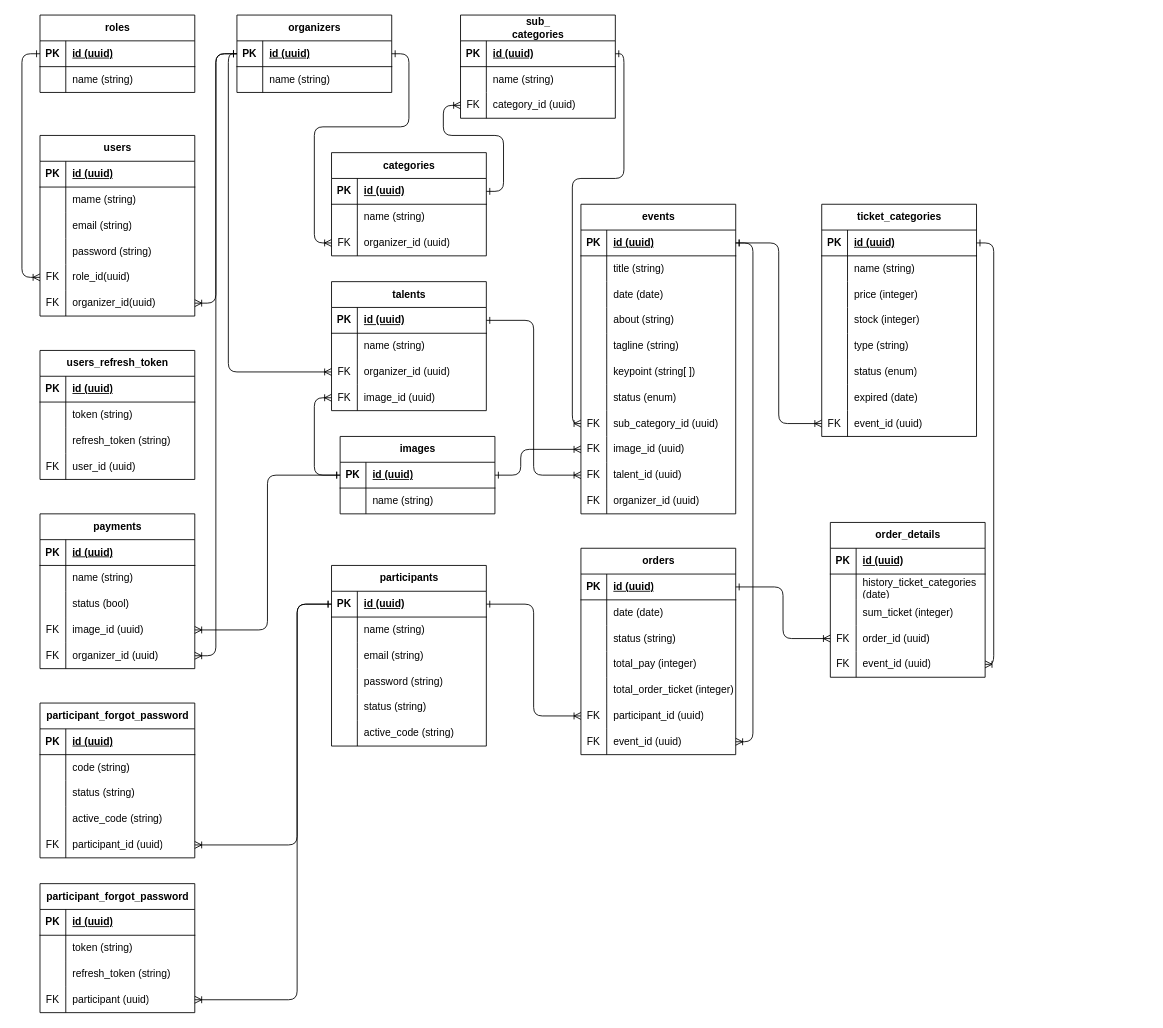
This is Semina.drawio from Putuagra/Semina, a draw.io file, before an edit. Source tidied: cells renumbered, new cells numbered last; positions are measured from the earlier drawing's top-left corner, leaving out a move shared by most shapes. Both pictures are drawn from the tidied source at 86%, with x=0, y=0 at pixel (22, 15).
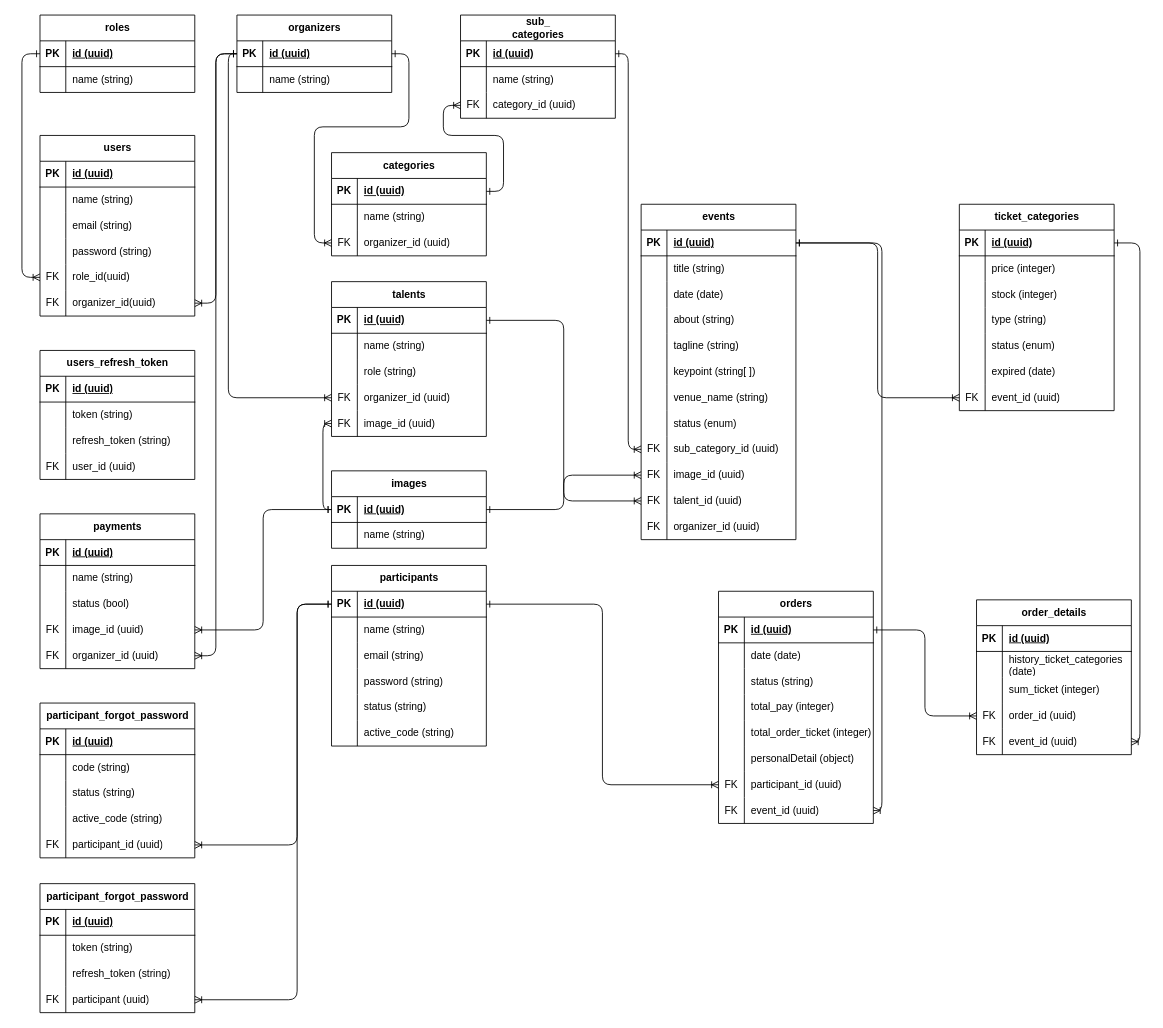
The same diagram, later.

Unchanged cells that the change refers to:
```xml
<mxCell id="13" style="shape=tableRow;horizontal=0;startSize=0;swimlaneHead=0;swimlaneBody=0;fillColor=none;top=0;left=0;right=0;bottom=0;" parent="9" vertex="1">
  <mxGeometry y="60" width="180" height="30" as="geometry" />
</mxCell>
<mxCell id="29" style="shape=tableRow;horizontal=0;startSize=0;swimlaneHead=0;swimlaneBody=0;fillColor=none;points=[[0,0.5],[1,0.5]];portConstraint=eastwest;top=0;left=0;right=0;bottom=1;" parent="28" vertex="1">
  <mxGeometry y="30" width="180" height="30" as="geometry" />
</mxCell>
<mxCell id="62" style="shape=tableRow;horizontal=0;startSize=0;swimlaneHead=0;swimlaneBody=0;fillColor=none;points=[[0,0.5],[1,0.5]];portConstraint=eastwest;top=0;left=0;right=0;bottom=1;" parent="61" vertex="1">
  <mxGeometry y="30" width="180" height="30" as="geometry" />
</mxCell>
<mxCell id="87" style="shape=tableRow;horizontal=0;startSize=0;swimlaneHead=0;swimlaneBody=0;fillColor=none;points=[[0,0.5],[1,0.5]];portConstraint=eastwest;top=0;left=0;right=0;bottom=1;" parent="86" vertex="1">
  <mxGeometry y="30" width="180" height="30" as="geometry" />
</mxCell>
<mxCell id="163" style="shape=tableRow;horizontal=0;startSize=0;swimlaneHead=0;swimlaneBody=0;fillColor=none;points=[[0,0.5],[1,0.5]];portConstraint=eastwest;top=0;left=0;right=0;bottom=1;" parent="162" vertex="1">
  <mxGeometry y="30" width="180" height="30" as="geometry" />
</mxCell>
```

Diff of the diagram source:
```diff
@@
-    <mxCell id="15" value="mame (string)" style="shape=partialRectangle;fillColor=none;top=0;left=0;bottom=0;right=0;align=left;spacingLeft=6;overflow=hidden;whiteSpace=wrap;html=1;" parent="13" vertex="1">
+    <mxCell id="15" value="name (string)" style="shape=partialRectangle;fillColor=none;top=0;left=0;bottom=0;right=0;align=left;spacingLeft=6;overflow=hidden;whiteSpace=wrap;html=1;" parent="13" vertex="1">
       <mxGeometry x="30" width="150" height="30" as="geometry" />
     </mxCell>
@@
     <mxCell id="72" value="talents" style="shape=table;startSize=30;childLayout=tableLayout;rowLines=0;fontStyle=1;align=center;html=1;" parent="1" vertex="1">
-      <mxGeometry x="360" y="310" width="180" height="150" as="geometry" />
+      <mxGeometry x="360" y="310" width="180" height="180" as="geometry" />
     </mxCell>
@@
+    <mxCell id="267" style="shape=tableRow;horizontal=0;startSize=0;swimlaneHead=0;swimlaneBody=0;fillColor=none;top=0;left=0;right=0;bottom=0;" parent="72" vertex="1">
+      <mxGeometry y="90" width="180" height="30" as="geometry" />
+    </mxCell>
+    <mxCell id="268" style="shape=partialRectangle;fillColor=none;top=0;left=0;bottom=0;right=0;overflow=hidden;whiteSpace=wrap;html=1;" parent="267" vertex="1">
+      <mxGeometry width="30" height="30" as="geometry" />
+    </mxCell>
+    <mxCell id="269" value="role (string)" style="shape=partialRectangle;fillColor=none;top=0;left=0;bottom=0;right=0;align=left;spacingLeft=6;overflow=hidden;whiteSpace=wrap;html=1;" parent="267" vertex="1">
+      <mxGeometry x="30" width="150" height="30" as="geometry" />
+    </mxCell>
     <mxCell id="79" style="shape=tableRow;horizontal=0;startSize=0;swimlaneHead=0;swimlaneBody=0;fillColor=none;points=[[0,0.5],[1,0.5]];portConstraint=eastwest;top=0;left=0;right=0;bottom=0;" parent="72" vertex="1">
-      <mxGeometry y="90" width="180" height="30" as="geometry" />
+      <mxGeometry y="120" width="180" height="30" as="geometry" />
     </mxCell>
@@
     <mxCell id="82" style="shape=tableRow;horizontal=0;startSize=0;swimlaneHead=0;swimlaneBody=0;fillColor=none;points=[[0,0.5],[1,0.5]];portConstraint=eastwest;top=0;left=0;right=0;bottom=0;" parent="72" vertex="1">
-      <mxGeometry y="120" width="180" height="30" as="geometry" />
+      <mxGeometry y="150" width="180" height="30" as="geometry" />
     </mxCell>
@@
     <mxCell id="85" style="fontSize=12;html=1;endArrow=ERoneToMany;rounded=1;exitX=0;exitY=0.5;exitDx=0;exitDy=0;entryX=0;entryY=0.5;entryDx=0;entryDy=0;startArrow=ERone;startFill=0;strokeColor=default;edgeStyle=orthogonalEdgeStyle;" parent="1" edge="1" source="29" target="79">
-      <mxGeometry relative="1" as="geometry">
-        <Array as="points">
-          <mxPoint x="240" y="45" />
-          <mxPoint x="240" y="415" />
-        </Array>
-      </mxGeometry>
+      <mxGeometry relative="1" as="geometry" />
     </mxCell>
     <mxCell id="86" value="images" style="shape=table;startSize=30;childLayout=tableLayout;rowLines=0;fontStyle=1;align=center;html=1;" parent="1" vertex="1">
-      <mxGeometry x="370" y="490" width="180" height="90" as="geometry" />
+      <mxGeometry x="360" y="530" width="180" height="90" as="geometry" />
     </mxCell>
@@
-    <mxCell id="93" style="edgeStyle=orthogonalEdgeStyle;fontSize=12;html=1;endArrow=ERoneToMany;rounded=1;exitX=0;exitY=0.5;exitDx=0;exitDy=0;entryX=0;entryY=0.5;entryDx=0;entryDy=0;startArrow=ERone;startFill=0;curved=0;" parent="1" edge="1" source="87" target="82">
-      <mxGeometry relative="1" as="geometry">
-        <Array as="points">
-          <mxPoint x="340" y="535" />
-          <mxPoint x="340" y="445" />
-        </Array>
-      </mxGeometry>
+    <mxCell id="93" style="edgeStyle=orthogonalEdgeStyle;fontSize=12;html=1;endArrow=ERoneToMany;rounded=1;exitX=0;exitY=0.5;exitDx=0;exitDy=0;entryX=0;entryY=0.5;entryDx=0;entryDy=0;startArrow=ERone;startFill=0;" parent="1" edge="1" source="87" target="82">
+      <mxGeometry relative="1" as="geometry" />
     </mxCell>
@@
     <mxCell id="162" value="&lt;div&gt;events&lt;/div&gt;" style="shape=table;startSize=30;childLayout=tableLayout;rowLines=0;fontStyle=1;align=center;html=1;" parent="1" vertex="1">
-      <mxGeometry x="650" y="220" width="180" height="360" as="geometry" />
+      <mxGeometry x="720" y="220" width="180" height="390" as="geometry" />
     </mxCell>
@@
+    <mxCell id="270" style="shape=tableRow;horizontal=0;startSize=0;swimlaneHead=0;swimlaneBody=0;fillColor=none;top=0;left=0;right=0;bottom=0;" parent="162" vertex="1">
+      <mxGeometry y="210" width="180" height="30" as="geometry" />
+    </mxCell>
+    <mxCell id="271" style="shape=partialRectangle;fillColor=none;top=0;left=0;bottom=0;right=0;overflow=hidden;whiteSpace=wrap;html=1;" parent="270" vertex="1">
+      <mxGeometry width="30" height="30" as="geometry" />
+    </mxCell>
+    <mxCell id="272" value="venue_name (string)" style="shape=partialRectangle;fillColor=none;top=0;left=0;bottom=0;right=0;align=left;spacingLeft=6;overflow=hidden;whiteSpace=wrap;html=1;" parent="270" vertex="1">
+      <mxGeometry x="30" width="150" height="30" as="geometry" />
+    </mxCell>
     <mxCell id="181" style="shape=tableRow;horizontal=0;startSize=0;swimlaneHead=0;swimlaneBody=0;fillColor=none;top=0;left=0;right=0;bottom=0;" parent="162" vertex="1">
-      <mxGeometry y="210" width="180" height="30" as="geometry" />
+      <mxGeometry y="240" width="180" height="30" as="geometry" />
     </mxCell>
@@
     <mxCell id="184" style="shape=tableRow;horizontal=0;startSize=0;swimlaneHead=0;swimlaneBody=0;fillColor=none;points=[[0,0.5],[1,0.5]];portConstraint=eastwest;top=0;left=0;right=0;bottom=0;" parent="162" vertex="1">
-      <mxGeometry y="240" width="180" height="30" as="geometry" />
+      <mxGeometry y="270" width="180" height="30" as="geometry" />
     </mxCell>
@@
     <mxCell id="187" style="shape=tableRow;horizontal=0;startSize=0;swimlaneHead=0;swimlaneBody=0;fillColor=none;points=[[0,0.5],[1,0.5]];portConstraint=eastwest;top=0;left=0;right=0;bottom=0;" parent="162" vertex="1">
-      <mxGeometry y="270" width="180" height="30" as="geometry" />
+      <mxGeometry y="300" width="180" height="30" as="geometry" />
     </mxCell>
@@
     <mxCell id="190" style="shape=tableRow;horizontal=0;startSize=0;swimlaneHead=0;swimlaneBody=0;fillColor=none;points=[[0,0.5],[1,0.5]];portConstraint=eastwest;top=0;left=0;right=0;bottom=0;" parent="162" vertex="1">
-      <mxGeometry y="300" width="180" height="30" as="geometry" />
+      <mxGeometry y="330" width="180" height="30" as="geometry" />
     </mxCell>
@@
     <mxCell id="193" style="shape=tableRow;horizontal=0;startSize=0;swimlaneHead=0;swimlaneBody=0;fillColor=none;top=0;left=0;right=0;bottom=0;" parent="162" vertex="1">
-      <mxGeometry y="330" width="180" height="30" as="geometry" />
+      <mxGeometry y="360" width="180" height="30" as="geometry" />
     </mxCell>
@@
     <mxCell id="196" style="edgeStyle=orthogonalEdgeStyle;fontSize=12;html=1;endArrow=ERoneToMany;rounded=1;exitX=1;exitY=0.5;exitDx=0;exitDy=0;entryX=0;entryY=0.5;entryDx=0;entryDy=0;startArrow=ERone;startFill=0;" parent="1" edge="1" source="62" target="184">
-      <mxGeometry relative="1" as="geometry">
-        <Array as="points">
-          <mxPoint x="700" y="45" />
-          <mxPoint x="700" y="190" />
-          <mxPoint x="640" y="190" />
-          <mxPoint x="640" y="475" />
-        </Array>
-      </mxGeometry>
+      <mxGeometry relative="1" as="geometry" />
     </mxCell>
     <mxCell id="197" style="edgeStyle=orthogonalEdgeStyle;fontSize=12;html=1;endArrow=ERoneToMany;rounded=1;exitX=1;exitY=0.5;exitDx=0;exitDy=0;entryX=0;entryY=0.5;entryDx=0;entryDy=0;startArrow=ERone;startFill=0;" parent="1" edge="1" source="87" target="187">
-      <mxGeometry relative="1" as="geometry">
-        <Array as="points">
-          <mxPoint x="580" y="535" />
-          <mxPoint x="580" y="505" />
-        </Array>
-      </mxGeometry>
+      <mxGeometry relative="1" as="geometry" />
     </mxCell>
@@
     <mxCell id="199" value="orders" style="shape=table;startSize=30;childLayout=tableLayout;rowLines=0;fontStyle=1;align=center;html=1;" parent="1" vertex="1">
-      <mxGeometry x="650" y="620" width="180" height="240" as="geometry" />
+      <mxGeometry x="810" y="670" width="180" height="270" as="geometry" />
     </mxCell>
@@
+    <mxCell id="273" style="shape=tableRow;horizontal=0;startSize=0;swimlaneHead=0;swimlaneBody=0;fillColor=none;top=0;left=0;right=0;bottom=0;" parent="199" vertex="1">
+      <mxGeometry y="180" width="180" height="30" as="geometry" />
+    </mxCell>
+    <mxCell id="274" style="shape=partialRectangle;fillColor=none;top=0;left=0;bottom=0;right=0;overflow=hidden;whiteSpace=wrap;html=1;" parent="273" vertex="1">
+      <mxGeometry width="30" height="30" as="geometry" />
+    </mxCell>
+    <mxCell id="275" value="personalDetail (object)" style="shape=partialRectangle;fillColor=none;top=0;left=0;bottom=0;right=0;align=left;spacingLeft=6;overflow=hidden;whiteSpace=wrap;html=1;" parent="273" vertex="1">
+      <mxGeometry x="30" width="150" height="30" as="geometry" />
+    </mxCell>
     <mxCell id="215" style="shape=tableRow;horizontal=0;startSize=0;swimlaneHead=0;swimlaneBody=0;fillColor=none;points=[[0,0.5],[1,0.5]];portConstraint=eastwest;top=0;left=0;right=0;bottom=0;" parent="199" vertex="1">
-      <mxGeometry y="180" width="180" height="30" as="geometry" />
+      <mxGeometry y="210" width="180" height="30" as="geometry" />
     </mxCell>
@@
     <mxCell id="218" style="shape=tableRow;horizontal=0;startSize=0;swimlaneHead=0;swimlaneBody=0;fillColor=none;points=[[0,0.5],[1,0.5]];portConstraint=eastwest;top=0;left=0;right=0;bottom=0;" parent="199" vertex="1">
-      <mxGeometry y="210" width="180" height="30" as="geometry" />
+      <mxGeometry y="240" width="180" height="30" as="geometry" />
     </mxCell>
@@
-    <mxCell id="222" style="edgeStyle=orthogonalEdgeStyle;fontSize=12;html=1;endArrow=ERoneToMany;rounded=1;exitX=1;exitY=0.5;exitDx=0;exitDy=0;entryX=1;entryY=0.5;entryDx=0;entryDy=0;curved=0;startArrow=ERone;startFill=0;" parent="1" edge="1" source="163" target="218">
-      <mxGeometry relative="1" as="geometry">
-        <Array as="points">
-          <mxPoint x="850" y="265" />
-          <mxPoint x="850" y="845" />
-        </Array>
-      </mxGeometry>
+    <mxCell id="222" style="edgeStyle=orthogonalEdgeStyle;fontSize=12;html=1;endArrow=ERoneToMany;rounded=1;exitX=1;exitY=0.5;exitDx=0;exitDy=0;entryX=1;entryY=0.5;entryDx=0;entryDy=0;startArrow=ERone;startFill=0;" parent="1" edge="1" source="163" target="218">
+      <mxGeometry relative="1" as="geometry" />
     </mxCell>
     <mxCell id="223" value="ticket_categories" style="shape=table;startSize=30;childLayout=tableLayout;rowLines=0;fontStyle=1;align=center;html=1;" parent="1" vertex="1">
-      <mxGeometry x="930" y="220" width="180" height="270" as="geometry" />
+      <mxGeometry x="1090" y="220" width="180" height="240" as="geometry" />
     </mxCell>
@@
-    <mxCell id="227" style="shape=tableRow;horizontal=0;startSize=0;swimlaneHead=0;swimlaneBody=0;fillColor=none;top=0;left=0;right=0;bottom=0;" parent="223" vertex="1">
-      <mxGeometry y="60" width="180" height="30" as="geometry" />
-    </mxCell>
-    <mxCell id="228" style="shape=partialRectangle;fillColor=none;top=0;left=0;bottom=0;right=0;overflow=hidden;whiteSpace=wrap;html=1;" parent="227" vertex="1">
-      <mxGeometry width="30" height="30" as="geometry" />
-    </mxCell>
-    <mxCell id="229" value="name (string)" style="shape=partialRectangle;fillColor=none;top=0;left=0;bottom=0;right=0;align=left;spacingLeft=6;overflow=hidden;whiteSpace=wrap;html=1;" parent="227" vertex="1">
-      <mxGeometry x="30" width="150" height="30" as="geometry" />
-    </mxCell>
     <mxCell id="230" style="shape=tableRow;horizontal=0;startSize=0;swimlaneHead=0;swimlaneBody=0;fillColor=none;top=0;left=0;right=0;bottom=0;" parent="223" vertex="1">
-      <mxGeometry y="90" width="180" height="30" as="geometry" />
+      <mxGeometry y="60" width="180" height="30" as="geometry" />
     </mxCell>
@@
     <mxCell id="233" style="shape=tableRow;horizontal=0;startSize=0;swimlaneHead=0;swimlaneBody=0;fillColor=none;top=0;left=0;right=0;bottom=0;" parent="223" vertex="1">
-      <mxGeometry y="120" width="180" height="30" as="geometry" />
+      <mxGeometry y="90" width="180" height="30" as="geometry" />
     </mxCell>
@@
     <mxCell id="236" style="shape=tableRow;horizontal=0;startSize=0;swimlaneHead=0;swimlaneBody=0;fillColor=none;top=0;left=0;right=0;bottom=0;" parent="223" vertex="1">
-      <mxGeometry y="150" width="180" height="30" as="geometry" />
+      <mxGeometry y="120" width="180" height="30" as="geometry" />
     </mxCell>
@@
     <mxCell id="239" style="shape=tableRow;horizontal=0;startSize=0;swimlaneHead=0;swimlaneBody=0;fillColor=none;top=0;left=0;right=0;bottom=0;" parent="223" vertex="1">
-      <mxGeometry y="180" width="180" height="30" as="geometry" />
+      <mxGeometry y="150" width="180" height="30" as="geometry" />
     </mxCell>
@@
     <mxCell id="242" style="shape=tableRow;horizontal=0;startSize=0;swimlaneHead=0;swimlaneBody=0;fillColor=none;top=0;left=0;right=0;bottom=0;" parent="223" vertex="1">
-      <mxGeometry y="210" width="180" height="30" as="geometry" />
+      <mxGeometry y="180" width="180" height="30" as="geometry" />
     </mxCell>
@@
     <mxCell id="245" style="shape=tableRow;horizontal=0;startSize=0;swimlaneHead=0;swimlaneBody=0;fillColor=none;points=[[0,0.5],[1,0.5]];portConstraint=eastwest;top=0;left=0;right=0;bottom=0;" parent="223" vertex="1">
-      <mxGeometry y="240" width="180" height="30" as="geometry" />
+      <mxGeometry y="210" width="180" height="30" as="geometry" />
     </mxCell>
@@
     <mxCell id="249" value="order_details" style="shape=table;startSize=30;childLayout=tableLayout;rowLines=0;fontStyle=1;align=center;html=1;" parent="1" vertex="1">
-      <mxGeometry x="940" y="590" width="180" height="180" as="geometry" />
+      <mxGeometry x="1110" y="680" width="180" height="180" as="geometry" />
     </mxCell>
```
